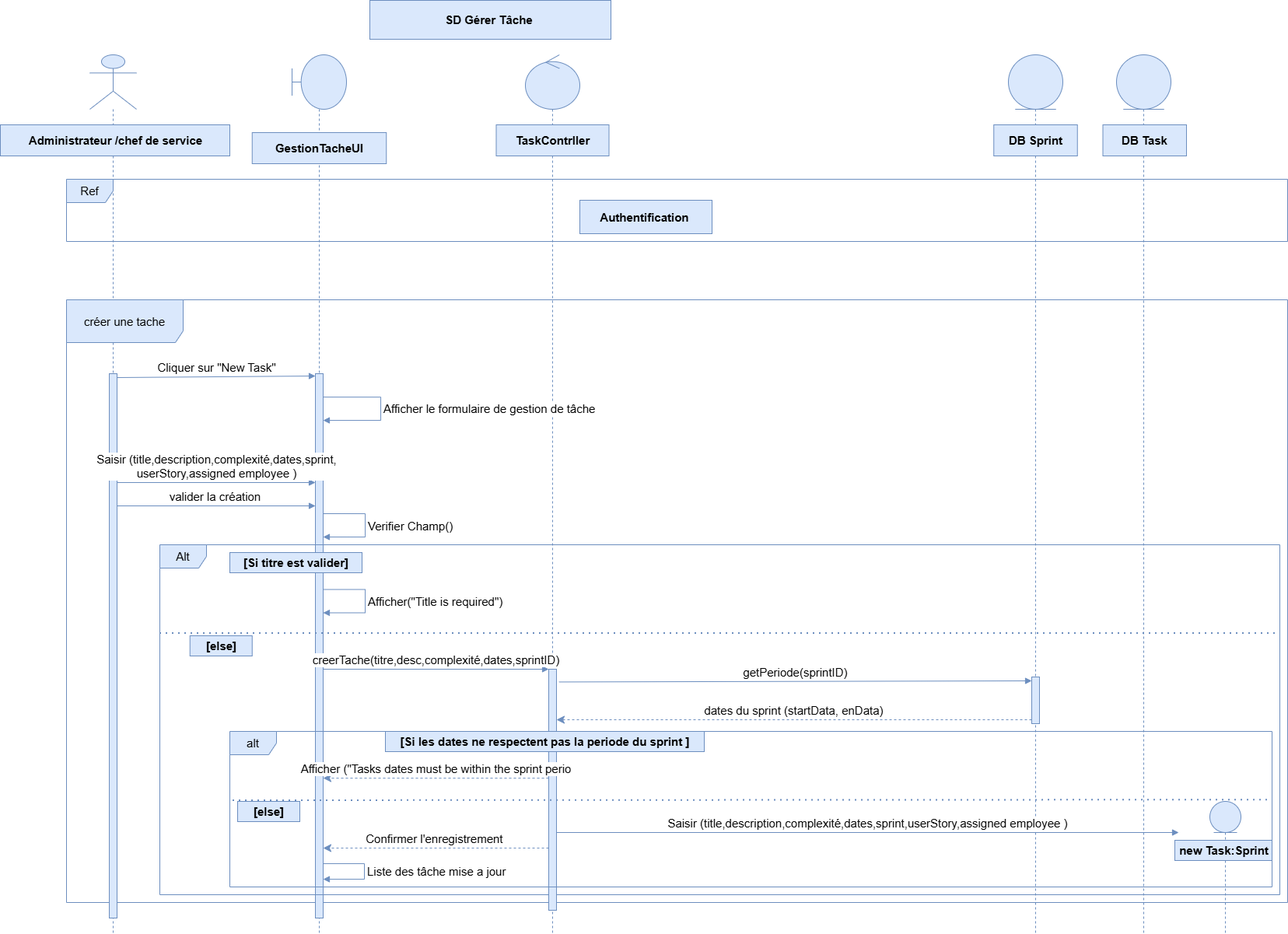
Earlier version of the draw.io export aide/gère task.drawio.png (omarhabib5/PFEProject). Source tidied: cells renumbered, new cells last; positions are measured from the earlier drawing's top-left corner, leaving out a move shared by most shapes. Source of this version:
```xml
<mxGraphModel>
  <root>
    <mxCell id="0" />
    <mxCell id="1" parent="0" />
    <mxCell id="2" style="shape=umlLifeline;perimeter=lifelinePerimeter;whiteSpace=wrap;html=1;newEdgeStyle={&quot;curved&quot;:0,&quot;rounded&quot;:0};participant=umlActor;size=70;fillColor=#dae8fc;strokeColor=#6c8ebf;fontSize=15;" parent="1" vertex="1">
      <mxGeometry x="115" y="70" width="60" height="1130" as="geometry" />
    </mxCell>
    <mxCell id="3" style="shape=umlLifeline;perimeter=lifelinePerimeter;whiteSpace=wrap;html=1;newEdgeStyle={&quot;curved&quot;:0,&quot;rounded&quot;:0};participant=umlBoundary;size=70;fillColor=#dae8fc;strokeColor=#6c8ebf;fontSize=15;" parent="1" vertex="1">
      <mxGeometry x="375" y="70" width="70" height="1130" as="geometry" />
    </mxCell>
    <mxCell id="4" style="shape=umlLifeline;perimeter=lifelinePerimeter;whiteSpace=wrap;html=1;newEdgeStyle={&quot;curved&quot;:0,&quot;rounded&quot;:0};participant=umlControl;size=70;fillColor=#dae8fc;strokeColor=#6c8ebf;fontSize=15;" parent="1" vertex="1">
      <mxGeometry x="675" y="70" width="70" height="1130" as="geometry" />
    </mxCell>
    <mxCell id="5" style="shape=umlLifeline;perimeter=lifelinePerimeter;whiteSpace=wrap;html=1;newEdgeStyle={&quot;curved&quot;:0,&quot;rounded&quot;:0};participant=umlEntity;size=70;fillColor=#dae8fc;strokeColor=#6c8ebf;fontSize=15;" parent="1" vertex="1">
      <mxGeometry x="1435" y="70" width="70" height="1130" as="geometry" />
    </mxCell>
    <mxCell id="6" value="Administrateur /chef de service" style="text;align=center;fontStyle=1;verticalAlign=middle;spacingLeft=3;spacingRight=3;strokeColor=#6c8ebf;html=1;fillColor=#dae8fc;fontSize=15;" parent="1" vertex="1">
      <mxGeometry y="160" width="295" height="40" as="geometry" />
    </mxCell>
    <mxCell id="7" value="GestionTacheUI" style="text;align=center;fontStyle=1;verticalAlign=middle;spacingLeft=3;spacingRight=3;strokeColor=#6c8ebf;html=1;fillColor=#dae8fc;fontSize=15;" parent="1" vertex="1">
      <mxGeometry x="323.8" y="170" width="172.5" height="40" as="geometry" />
    </mxCell>
    <mxCell id="8" value="TaskContrller" style="text;align=center;fontStyle=1;verticalAlign=middle;spacingLeft=3;spacingRight=3;strokeColor=#6c8ebf;html=1;fillColor=#dae8fc;fontSize=15;" parent="1" vertex="1">
      <mxGeometry x="637.5" y="160" width="145" height="40" as="geometry" />
    </mxCell>
    <mxCell id="9" value="DB Task" style="text;align=center;fontStyle=1;verticalAlign=middle;spacingLeft=3;spacingRight=3;strokeColor=#6c8ebf;html=1;fillColor=#dae8fc;fontSize=15;" parent="1" vertex="1">
      <mxGeometry x="1417.5" y="160" width="107.5" height="40" as="geometry" />
    </mxCell>
    <mxCell id="10" value="Ref" style="shape=umlFrame;whiteSpace=wrap;html=1;fillColor=#dae8fc;strokeColor=#6c8ebf;fontSize=15;" parent="1" vertex="1">
      <mxGeometry x="85" y="230" width="1570" height="80" as="geometry" />
    </mxCell>
    <mxCell id="11" value="créer une tache" style="shape=umlFrame;whiteSpace=wrap;html=1;width=150;height=55;fillColor=#dae8fc;strokeColor=#6c8ebf;fontSize=15;" parent="1" vertex="1">
      <mxGeometry x="85" y="385" width="1570" height="775" as="geometry" />
    </mxCell>
    <mxCell id="12" style="html=1;points=[[0,0,0,0,5],[0,1,0,0,-5],[1,0,0,0,5],[1,1,0,0,-5]];perimeter=orthogonalPerimeter;outlineConnect=0;targetShapes=umlLifeline;portConstraint=eastwest;newEdgeStyle={&quot;curved&quot;:0,&quot;rounded&quot;:0};fillColor=#dae8fc;strokeColor=#6c8ebf;fontSize=15;" parent="1" vertex="1">
      <mxGeometry x="405" y="480" width="10" height="700" as="geometry" />
    </mxCell>
    <mxCell id="13" value="Cliquer sur &quot;New Task&quot;" style="html=1;verticalAlign=bottom;endArrow=block;curved=0;rounded=0;entryX=0;entryY=0;entryDx=0;entryDy=5;entryPerimeter=0;fillColor=#dae8fc;strokeColor=#6c8ebf;fontSize=15;exitX=1;exitY=0;exitDx=0;exitDy=5;exitPerimeter=0;" parent="1" edge="1" source="22">
      <mxGeometry relative="1" as="geometry">
        <mxPoint x="405" y="483" as="targetPoint" />
      </mxGeometry>
    </mxCell>
    <mxCell id="14" value="valider la création&amp;nbsp;" style="html=1;verticalAlign=bottom;endArrow=block;curved=0;rounded=0;fillColor=#dae8fc;strokeColor=#6c8ebf;fontSize=15;" parent="1" edge="1" source="22">
      <mxGeometry relative="1" as="geometry">
        <mxPoint x="405" y="650" as="targetPoint" />
      </mxGeometry>
    </mxCell>
    <mxCell id="15" value="Verifier Champ()" style="html=1;align=left;spacingLeft=2;endArrow=block;rounded=0;edgeStyle=orthogonalEdgeStyle;curved=0;rounded=0;fillColor=#dae8fc;strokeColor=#6c8ebf;fontSize=15;" parent="1" edge="1">
      <mxGeometry relative="1" as="geometry">
        <mxPoint x="415" y="660" as="sourcePoint" />
        <mxPoint x="415" y="690" as="targetPoint" />
        <Array as="points">
          <mxPoint x="469" y="660" />
          <mxPoint x="469" y="690" />
        </Array>
      </mxGeometry>
    </mxCell>
    <mxCell id="16" value="Alt" style="shape=umlFrame;whiteSpace=wrap;html=1;fillColor=#dae8fc;strokeColor=#6c8ebf;fontSize=15;" parent="1" vertex="1">
      <mxGeometry x="205" y="700" width="1440" height="450" as="geometry" />
    </mxCell>
    <mxCell id="17" style="endArrow=none;dashed=1;html=1;dashPattern=1 3;strokeWidth=2;rounded=0;entryX=1;entryY=0.309;entryDx=0;entryDy=0;entryPerimeter=0;fillColor=#dae8fc;strokeColor=#6c8ebf;fontSize=15;" parent="1" edge="1">
      <mxGeometry relative="1" as="geometry">
        <mxPoint x="205" y="814" as="sourcePoint" />
        <mxPoint x="1645" y="814" as="targetPoint" />
      </mxGeometry>
    </mxCell>
    <mxCell id="18" value="Authentification&amp;nbsp;" style="text;align=center;fontStyle=1;verticalAlign=middle;spacingLeft=3;spacingRight=3;strokeColor=#6c8ebf;html=1;fillColor=#dae8fc;fontSize=15;" parent="1" vertex="1">
      <mxGeometry x="745" y="257" width="170" height="43" as="geometry" />
    </mxCell>
    <mxCell id="19" value="SD Gérer Tâche&amp;nbsp;" style="text;align=center;fontStyle=1;verticalAlign=middle;spacingLeft=3;spacingRight=3;strokeColor=#6c8ebf;html=1;fontSize=15;fillColor=#dae8fc;" parent="1" vertex="1">
      <mxGeometry x="475" width="310" height="50" as="geometry" />
    </mxCell>
    <mxCell id="20" value="Afficher le formulaire de gestion de tâche" style="html=1;align=left;spacingLeft=2;endArrow=block;rounded=0;edgeStyle=orthogonalEdgeStyle;curved=0;rounded=0;exitX=1;exitY=0.043;exitDx=0;exitDy=0;exitPerimeter=0;fontSize=15;fillColor=#dae8fc;strokeColor=#6c8ebf;" parent="1" edge="1" source="12" target="12">
      <mxGeometry relative="1" as="geometry">
        <Array as="points">
          <mxPoint x="489" y="510" />
          <mxPoint x="489" y="540" />
        </Array>
      </mxGeometry>
    </mxCell>
    <mxCell id="21" value="[Si titre est valider]" style="text;align=center;fontStyle=1;verticalAlign=middle;spacingLeft=3;spacingRight=3;strokeColor=#6c8ebf;html=1;fontSize=15;fillColor=#dae8fc;" parent="1" vertex="1">
      <mxGeometry x="295" y="710" width="170" height="26" as="geometry" />
    </mxCell>
    <mxCell id="22" style="html=1;points=[[0,0,0,0,5],[0,1,0,0,-5],[1,0,0,0,5],[1,1,0,0,-5]];perimeter=orthogonalPerimeter;outlineConnect=0;targetShapes=umlLifeline;portConstraint=eastwest;newEdgeStyle={&quot;curved&quot;:0,&quot;rounded&quot;:0};fontSize=15;fillColor=#dae8fc;strokeColor=#6c8ebf;" parent="1" vertex="1">
      <mxGeometry x="140" y="480" width="10" height="700" as="geometry" />
    </mxCell>
    <mxCell id="23" value="&lt;span&gt;Saisir (title,description,&lt;/span&gt;&lt;span style=&quot;background-color: light-dark(#ffffff, var(--ge-dark-color, #121212)); color: light-dark(rgb(0, 0, 0), rgb(255, 255, 255));&quot;&gt;complexité,dates,sprint,&lt;/span&gt;&lt;div&gt;userStory,assigned employee )&lt;/div&gt;" style="html=1;verticalAlign=bottom;endArrow=block;curved=0;rounded=0;align=center;fontSize=15;fillColor=#dae8fc;strokeColor=#6c8ebf;" parent="1" edge="1">
      <mxGeometry relative="1" as="geometry">
        <mxPoint x="150" y="620" as="sourcePoint" />
        <mxPoint x="405" y="620" as="targetPoint" />
      </mxGeometry>
    </mxCell>
    <mxCell id="24" value="Afficher(&quot;Title is required&quot;)" style="html=1;align=left;spacingLeft=2;endArrow=block;rounded=0;edgeStyle=orthogonalEdgeStyle;curved=0;rounded=0;fillColor=#dae8fc;strokeColor=#6c8ebf;fontSize=15;" parent="1" edge="1">
      <mxGeometry relative="1" as="geometry">
        <mxPoint x="415" y="757.5" as="sourcePoint" />
        <mxPoint x="415" y="787.5" as="targetPoint" />
        <Array as="points">
          <mxPoint x="469" y="757.5" />
          <mxPoint x="469" y="787.5" />
        </Array>
      </mxGeometry>
    </mxCell>
    <mxCell id="25" value="[else]" style="text;align=center;fontStyle=1;verticalAlign=middle;spacingLeft=3;spacingRight=3;strokeColor=#6c8ebf;html=1;fontSize=15;fillColor=#dae8fc;" parent="1" vertex="1">
      <mxGeometry x="243.8" y="817" width="80" height="26" as="geometry" />
    </mxCell>
    <mxCell id="26" style="html=1;points=[[0,0,0,0,5],[0,1,0,0,-5],[1,0,0,0,5],[1,1,0,0,-5]];perimeter=orthogonalPerimeter;outlineConnect=0;targetShapes=umlLifeline;portConstraint=eastwest;newEdgeStyle={&quot;curved&quot;:0,&quot;rounded&quot;:0};fontSize=15;fillColor=#dae8fc;strokeColor=#6c8ebf;" parent="1" vertex="1">
      <mxGeometry x="705" y="860" width="10" height="310" as="geometry" />
    </mxCell>
    <mxCell id="27" value="creerTache(titre,desc,complexité,dates,sprintID)" style="html=1;verticalAlign=bottom;endArrow=block;curved=0;rounded=0;fontSize=15;fillColor=#dae8fc;strokeColor=#6c8ebf;" parent="1" edge="1" source="12" target="26">
      <mxGeometry relative="1" as="geometry" />
    </mxCell>
    <mxCell id="28" style="shape=umlLifeline;perimeter=lifelinePerimeter;whiteSpace=wrap;html=1;newEdgeStyle={&quot;curved&quot;:0,&quot;rounded&quot;:0};participant=umlEntity;size=70;fillColor=#dae8fc;strokeColor=#6c8ebf;fontSize=15;" parent="1" vertex="1">
      <mxGeometry x="1296" y="70" width="70" height="1130" as="geometry" />
    </mxCell>
    <mxCell id="29" style="html=1;points=[[0,0,0,0,5],[0,1,0,0,-5],[1,0,0,0,5],[1,1,0,0,-5]];perimeter=orthogonalPerimeter;outlineConnect=0;targetShapes=umlLifeline;portConstraint=eastwest;newEdgeStyle={&quot;curved&quot;:0,&quot;rounded&quot;:0};fontSize=15;fillColor=#dae8fc;strokeColor=#6c8ebf;" parent="28" vertex="1">
      <mxGeometry x="30" y="800" width="10" height="60" as="geometry" />
    </mxCell>
    <mxCell id="30" value="getPeriode(sprintID)" style="html=1;verticalAlign=bottom;endArrow=block;curved=0;rounded=0;entryX=0;entryY=0;entryDx=0;entryDy=5;exitX=1.329;exitY=0.053;exitDx=0;exitDy=0;exitPerimeter=0;fontSize=15;fillColor=#dae8fc;strokeColor=#6c8ebf;" parent="1" edge="1" source="26" target="29">
      <mxGeometry relative="1" as="geometry" />
    </mxCell>
    <mxCell id="31" value="dates du sprint (startData, enData)" style="html=1;verticalAlign=bottom;endArrow=classic;dashed=1;endSize=8;curved=0;rounded=0;exitX=0;exitY=1;exitDx=0;exitDy=-5;endFill=1;fontSize=15;fillColor=#dae8fc;strokeColor=#6c8ebf;" parent="1" edge="1" source="29" target="26">
      <mxGeometry relative="1" as="geometry" />
    </mxCell>
    <mxCell id="32" value="alt" style="shape=umlFrame;whiteSpace=wrap;html=1;fontSize=15;fillColor=#dae8fc;strokeColor=#6c8ebf;" parent="1" vertex="1">
      <mxGeometry x="295" y="940" width="1340" height="200" as="geometry" />
    </mxCell>
    <mxCell id="33" style="shape=umlLifeline;perimeter=lifelinePerimeter;whiteSpace=wrap;html=1;newEdgeStyle={&quot;curved&quot;:0,&quot;rounded&quot;:0};participant=umlEntity;fontSize=15;fillColor=#dae8fc;strokeColor=#6c8ebf;" parent="1" vertex="1">
      <mxGeometry x="1555" y="1030" width="40" height="170" as="geometry" />
    </mxCell>
    <mxCell id="34" value="new Task:Sprint" style="text;align=center;fontStyle=1;verticalAlign=middle;spacingLeft=3;spacingRight=3;strokeColor=#6c8ebf;html=1;fontSize=15;fillColor=#dae8fc;" parent="1" vertex="1">
      <mxGeometry x="1510" y="1080" width="125" height="26" as="geometry" />
    </mxCell>
    <mxCell id="35" style="endArrow=none;dashed=1;html=1;dashPattern=1 3;strokeWidth=2;rounded=0;exitX=0.003;exitY=0.49;exitDx=0;exitDy=0;exitPerimeter=0;entryX=0.998;entryY=0.486;entryDx=0;entryDy=0;entryPerimeter=0;fontSize=15;fillColor=#dae8fc;strokeColor=#6c8ebf;" parent="1" edge="1">
      <mxGeometry relative="1" as="geometry">
        <mxPoint x="299" y="1029" as="sourcePoint" />
        <mxPoint x="1632.3" y="1028.2" as="targetPoint" />
      </mxGeometry>
    </mxCell>
    <mxCell id="36" value="[Si les dates ne respectent pas la periode du sprint ]" style="text;align=center;fontStyle=1;verticalAlign=middle;spacingLeft=3;spacingRight=3;strokeColor=#6c8ebf;html=1;fontSize=15;fillColor=#dae8fc;" parent="1" vertex="1">
      <mxGeometry x="495" y="940" width="410" height="26" as="geometry" />
    </mxCell>
    <mxCell id="37" value="[else]" style="text;align=center;fontStyle=1;verticalAlign=middle;spacingLeft=3;spacingRight=3;strokeColor=#6c8ebf;html=1;fontSize=15;fillColor=#dae8fc;" parent="1" vertex="1">
      <mxGeometry x="305" y="1030" width="80" height="26" as="geometry" />
    </mxCell>
    <mxCell id="38" value="Afficher (&quot;Tasks dates must be within the sprint perio" style="html=1;verticalAlign=bottom;endArrow=classic;dashed=1;endSize=8;curved=0;rounded=0;exitX=0;exitY=0.452;exitDx=0;exitDy=0;exitPerimeter=0;entryX=1;entryY=0.743;entryDx=0;entryDy=0;entryPerimeter=0;endFill=1;fontSize=15;fillColor=#dae8fc;strokeColor=#6c8ebf;" parent="1" edge="1" source="26" target="12">
      <mxGeometry relative="1" as="geometry" />
    </mxCell>
    <mxCell id="39" value="&lt;font&gt;Saisir (title,description,&lt;span style=&quot;color: light-dark(rgb(0, 0, 0), rgb(255, 255, 255));&quot;&gt;complexité,dates,sprint,&lt;/span&gt;&lt;/font&gt;&lt;span style=&quot;background-color: light-dark(#ffffff, var(--ge-dark-color, #121212)); color: light-dark(rgb(0, 0, 0), rgb(255, 255, 255));&quot;&gt;userStory,assigned employee )&lt;/span&gt;" style="html=1;verticalAlign=bottom;endArrow=block;curved=0;rounded=0;fontSize=15;fillColor=#dae8fc;strokeColor=#6c8ebf;" parent="1" edge="1" source="26">
      <mxGeometry relative="1" as="geometry">
        <mxPoint x="1515" y="1070" as="targetPoint" />
      </mxGeometry>
    </mxCell>
    <mxCell id="40" value="Confirmer l'enregistrement&amp;nbsp;" style="html=1;verticalAlign=bottom;endArrow=classic;dashed=1;endSize=8;curved=0;rounded=0;exitX=0;exitY=0.742;exitDx=0;exitDy=0;exitPerimeter=0;endFill=1;fontSize=15;fillColor=#dae8fc;strokeColor=#6c8ebf;" parent="1" edge="1" source="26" target="12">
      <mxGeometry relative="1" as="geometry" />
    </mxCell>
    <mxCell id="41" value="Liste des tâche mise a jour&amp;nbsp;" style="html=1;align=left;spacingLeft=2;endArrow=block;rounded=0;edgeStyle=orthogonalEdgeStyle;curved=0;rounded=0;fontSize=15;fillColor=#dae8fc;strokeColor=#6c8ebf;" parent="1" edge="1" source="12" target="12">
      <mxGeometry relative="1" as="geometry">
        <Array as="points">
          <mxPoint x="468" y="1110" />
          <mxPoint x="468" y="1130" />
        </Array>
      </mxGeometry>
    </mxCell>
    <mxCell id="42" value="DB Sprint" style="text;align=center;fontStyle=1;verticalAlign=middle;spacingLeft=3;spacingRight=3;strokeColor=#6c8ebf;html=1;fillColor=#dae8fc;fontSize=15;" parent="1" vertex="1">
      <mxGeometry x="1277.2" y="160" width="107.5" height="40" as="geometry" />
    </mxCell>
  </root>
</mxGraphModel>
```
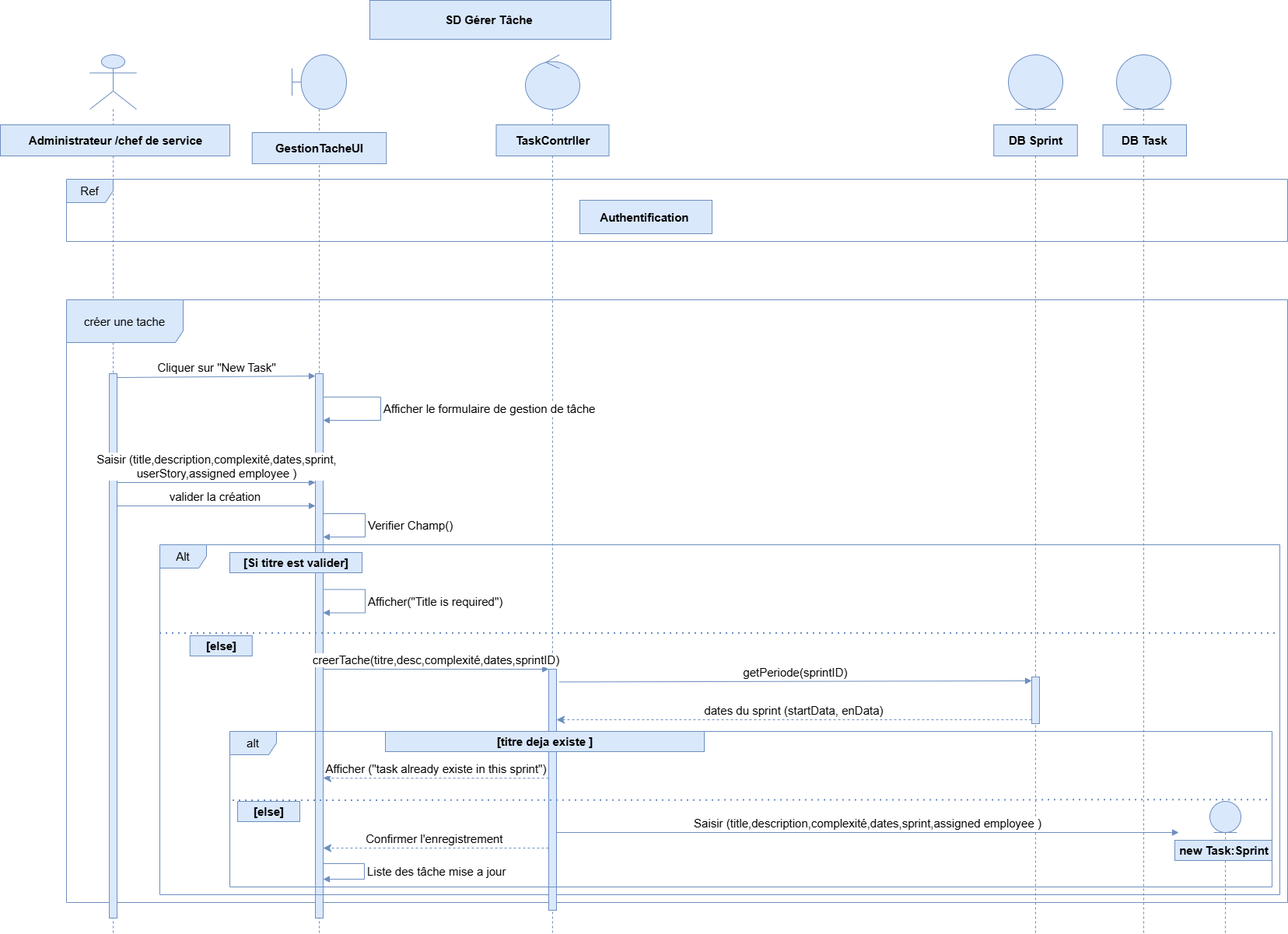
The same diagram one commit later.

Commit message:
Update user story diagram image to reflect recent changes

What changed in the source:
```diff
@@ -136,16 +136,16 @@
         <mxPoint x="1632.3" y="1028.2" as="targetPoint" />
       </mxGeometry>
     </mxCell>
-    <mxCell id="36" value="[Si les dates ne respectent pas la periode du sprint ]" style="text;align=center;fontStyle=1;verticalAlign=middle;spacingLeft=3;spacingRight=3;strokeColor=#6c8ebf;html=1;fontSize=15;fillColor=#dae8fc;" parent="1" vertex="1">
+    <mxCell id="36" value="[titre deja existe ]" style="text;align=center;fontStyle=1;verticalAlign=middle;spacingLeft=3;spacingRight=3;strokeColor=#6c8ebf;html=1;fontSize=15;fillColor=#dae8fc;" parent="1" vertex="1">
       <mxGeometry x="495" y="940" width="410" height="26" as="geometry" />
     </mxCell>
     <mxCell id="37" value="[else]" style="text;align=center;fontStyle=1;verticalAlign=middle;spacingLeft=3;spacingRight=3;strokeColor=#6c8ebf;html=1;fontSize=15;fillColor=#dae8fc;" parent="1" vertex="1">
       <mxGeometry x="305" y="1030" width="80" height="26" as="geometry" />
     </mxCell>
-    <mxCell id="38" value="Afficher (&quot;Tasks dates must be within the sprint perio" style="html=1;verticalAlign=bottom;endArrow=classic;dashed=1;endSize=8;curved=0;rounded=0;exitX=0;exitY=0.452;exitDx=0;exitDy=0;exitPerimeter=0;entryX=1;entryY=0.743;entryDx=0;entryDy=0;entryPerimeter=0;endFill=1;fontSize=15;fillColor=#dae8fc;strokeColor=#6c8ebf;" parent="1" edge="1" source="26" target="12">
+    <mxCell id="38" value="Afficher (&quot;task already existe in this sprint&quot;)" style="html=1;verticalAlign=bottom;endArrow=classic;dashed=1;endSize=8;curved=0;rounded=0;exitX=0;exitY=0.452;exitDx=0;exitDy=0;exitPerimeter=0;entryX=1;entryY=0.743;entryDx=0;entryDy=0;entryPerimeter=0;endFill=1;fontSize=15;fillColor=#dae8fc;strokeColor=#6c8ebf;" parent="1" edge="1" source="26" target="12">
       <mxGeometry relative="1" as="geometry" />
     </mxCell>
-    <mxCell id="39" value="&lt;font&gt;Saisir (title,description,&lt;span style=&quot;color: light-dark(rgb(0, 0, 0), rgb(255, 255, 255));&quot;&gt;complexité,dates,sprint,&lt;/span&gt;&lt;/font&gt;&lt;span style=&quot;background-color: light-dark(#ffffff, var(--ge-dark-color, #121212)); color: light-dark(rgb(0, 0, 0), rgb(255, 255, 255));&quot;&gt;userStory,assigned employee )&lt;/span&gt;" style="html=1;verticalAlign=bottom;endArrow=block;curved=0;rounded=0;fontSize=15;fillColor=#dae8fc;strokeColor=#6c8ebf;" parent="1" edge="1" source="26">
+    <mxCell id="39" value="&lt;font&gt;Saisir (title,description,&lt;span style=&quot;color: light-dark(rgb(0, 0, 0), rgb(255, 255, 255));&quot;&gt;complexité,dates,sprint,&lt;/span&gt;&lt;/font&gt;&lt;span style=&quot;background-color: light-dark(#ffffff, var(--ge-dark-color, #121212)); color: light-dark(rgb(0, 0, 0), rgb(255, 255, 255));&quot;&gt;assigned employee )&lt;/span&gt;" style="html=1;verticalAlign=bottom;endArrow=block;curved=0;rounded=0;fontSize=15;fillColor=#dae8fc;strokeColor=#6c8ebf;" parent="1" edge="1" source="26">
       <mxGeometry relative="1" as="geometry">
         <mxPoint x="1515" y="1070" as="targetPoint" />
       </mxGeometry>
```
